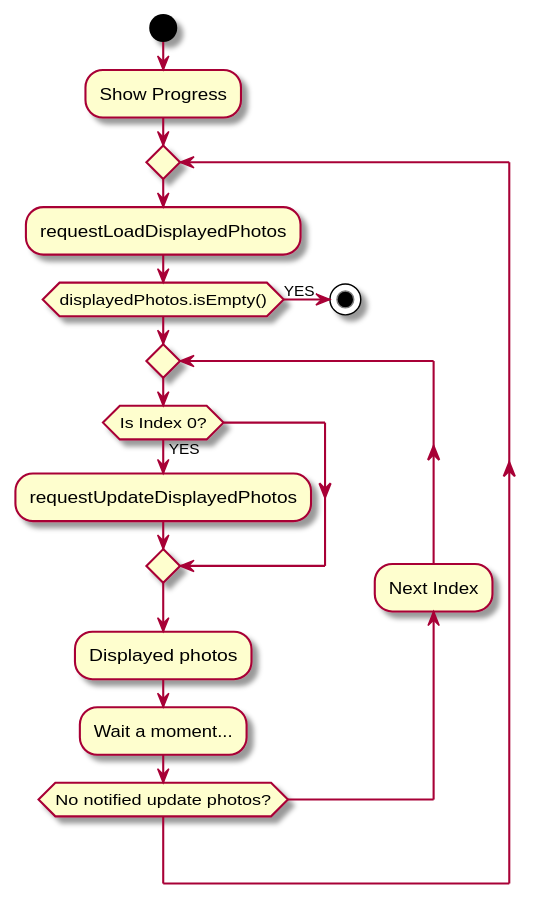
The PlantUML diagram uml/main/activity_diagram_main_ui.svg in sallyluenoa/PhotoSlideShow, before a commit.
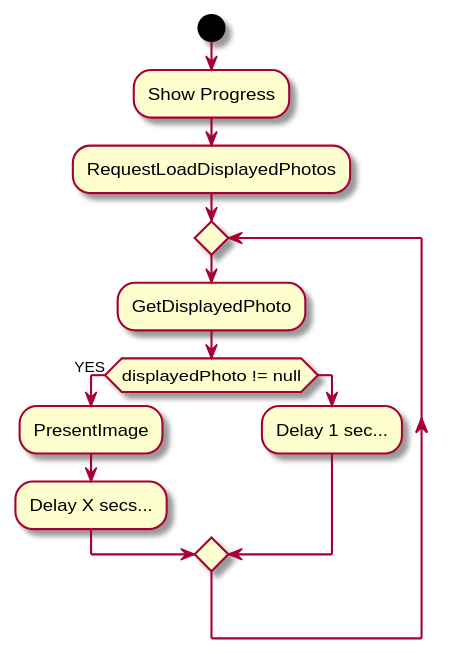
After the commit.

Diff of the diagram source:
```diff
@@ -2,24 +2,17 @@
 start
 
 :Show Progress;
+:RequestLoadDisplayedPhotos;
 
 repeat
-  :requestLoadDisplayedPhotos;
+  :GetDisplayedPhoto;
 
-  if (displayedPhotos.isEmpty()) then (YES)
-    stop
+  if (displayedPhoto != null) then (YES)
+    :PresentImage;
+    :Delay X secs...;
+  else
+    :Delay 1 sec...;
   endif
-
-  repeat
-    if (Is Index 0?) then (YES)
-      :requestUpdateDisplayedPhotos;
-    endif
-
-    :Displayed photos;
-    :Wait a moment...;
-
-    backward:Next Index;
-  repeat while (No notified update photos?)
 
 repeat while
 @enduml
```
